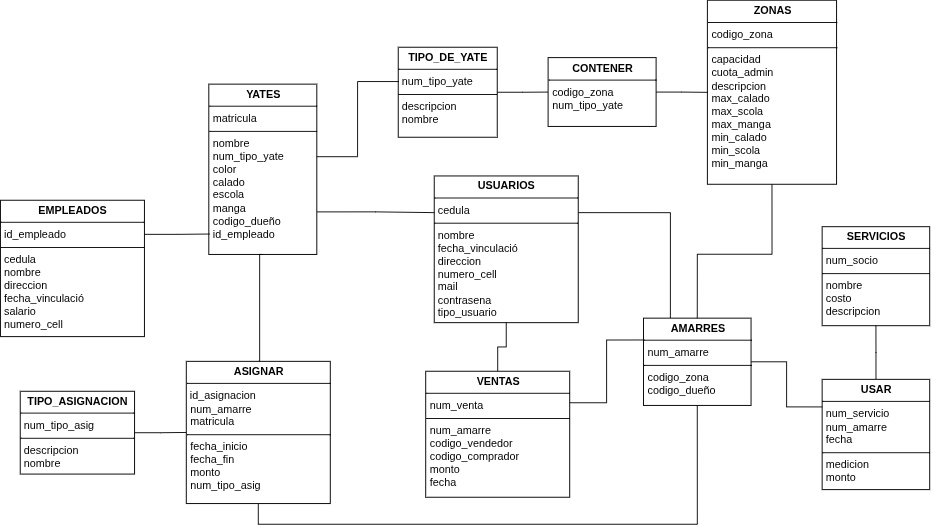
This is docs/img/relacional.png from XhuaShell/projet_management_yacht_system, a draw.io export, as it was before one commit. Source tidied: cells renumbered, new cells last; positions are measured from the earlier drawing's top-left corner, leaving out a move shared by most shapes.
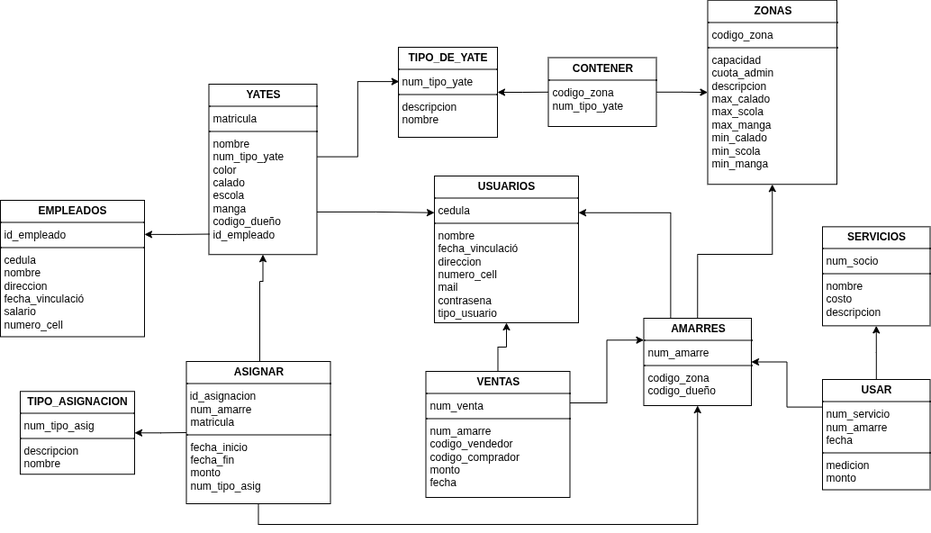
The same diagram one commit later.

Diff of the diagram source:
```diff
@@ -5,16 +5,16 @@
     <mxCell id="2" value="&lt;p style=&quot;margin:0px;margin-top:4px;text-align:center;&quot;&gt;&lt;b&gt;EMPLEADOS&lt;/b&gt;&lt;/p&gt;&lt;hr size=&quot;1&quot; style=&quot;border-style:solid;&quot;&gt;&lt;p style=&quot;margin:0px;margin-left:4px;&quot;&gt;id_empleado&lt;/p&gt;&lt;hr size=&quot;1&quot; style=&quot;border-style:solid;&quot;&gt;&lt;p style=&quot;margin: 0px 0px 0px 4px;&quot;&gt;cedula&lt;/p&gt;&lt;p style=&quot;margin: 0px 0px 0px 4px;&quot;&gt;nombre&lt;/p&gt;&lt;p style=&quot;margin: 0px 0px 0px 4px;&quot;&gt;direccion&lt;/p&gt;&lt;p style=&quot;margin: 0px 0px 0px 4px;&quot;&gt;fecha_vinculació&lt;/p&gt;&lt;p style=&quot;margin: 0px 0px 0px 4px;&quot;&gt;salario&lt;/p&gt;&lt;p style=&quot;margin: 0px 0px 0px 4px;&quot;&gt;numero_cell&lt;/p&gt;&lt;p style=&quot;margin: 0px 0px 0px 4px;&quot;&gt;&lt;br&gt;&lt;/p&gt;" style="verticalAlign=top;align=left;overflow=fill;html=1;whiteSpace=wrap;" parent="1" vertex="1">
       <mxGeometry y="222" width="160" height="151.5" as="geometry" />
     </mxCell>
-    <mxCell id="3" style="edgeStyle=orthogonalEdgeStyle;rounded=0;jettySize=auto;html=1;entryX=0.25;entryY=0;entryDx=0;entryDy=0;endArrow=none;endFill=0;exitX=1;exitY=0.25;exitDx=0;exitDy=0;" parent="1" edge="1" source="4" target="12">
+    <mxCell id="3" style="edgeStyle=orthogonalEdgeStyle;rounded=0;jettySize=auto;html=1;entryX=0.25;entryY=0;entryDx=0;entryDy=0;endArrow=none;endFill=0;exitX=1;exitY=0.25;exitDx=0;exitDy=0;startArrow=classic;startFill=1;" parent="1" edge="1" source="4" target="12">
       <mxGeometry relative="1" as="geometry" />
     </mxCell>
     <mxCell id="4" value="&lt;p style=&quot;margin:0px;margin-top:4px;text-align:center;&quot;&gt;&lt;b&gt;USUARIOS&lt;/b&gt;&lt;/p&gt;&lt;hr size=&quot;1&quot; style=&quot;border-style:solid;&quot;&gt;&lt;p style=&quot;margin:0px;margin-left:4px;&quot;&gt;cedula&lt;/p&gt;&lt;hr size=&quot;1&quot; style=&quot;border-style:solid;&quot;&gt;&lt;p style=&quot;margin: 0px 0px 0px 4px;&quot;&gt;nombre&lt;/p&gt;&lt;p style=&quot;margin: 0px 0px 0px 4px;&quot;&gt;fecha_vinculació&lt;/p&gt;&lt;p style=&quot;margin: 0px 0px 0px 4px;&quot;&gt;direccion&lt;/p&gt;&lt;p style=&quot;margin: 0px 0px 0px 4px;&quot;&gt;numero_cell&lt;/p&gt;&lt;p style=&quot;margin: 0px 0px 0px 4px;&quot;&gt;mail&lt;/p&gt;&lt;p style=&quot;margin: 0px 0px 0px 4px;&quot;&gt;contrasena&lt;/p&gt;&lt;p style=&quot;margin: 0px 0px 0px 4px;&quot;&gt;tipo_usuario&lt;/p&gt;" style="verticalAlign=top;align=left;overflow=fill;html=1;whiteSpace=wrap;" parent="1" vertex="1">
       <mxGeometry x="482" y="195" width="160" height="163" as="geometry" />
     </mxCell>
-    <mxCell id="5" style="edgeStyle=orthogonalEdgeStyle;rounded=0;jettySize=auto;html=1;entryX=0.5;entryY=1;entryDx=0;entryDy=0;endArrow=none;endFill=0;" parent="1" edge="1" source="7" target="4">
+    <mxCell id="5" style="edgeStyle=orthogonalEdgeStyle;rounded=0;jettySize=auto;html=1;entryX=0.5;entryY=1;entryDx=0;entryDy=0;endArrow=classic;endFill=1;" parent="1" edge="1" source="7" target="4">
       <mxGeometry relative="1" as="geometry" />
     </mxCell>
-    <mxCell id="6" style="edgeStyle=orthogonalEdgeStyle;rounded=0;jettySize=auto;html=1;exitX=1;exitY=0.25;exitDx=0;exitDy=0;entryX=0;entryY=0.25;entryDx=0;entryDy=0;endArrow=none;endFill=0;" parent="1" edge="1" source="7" target="12">
+    <mxCell id="6" style="edgeStyle=orthogonalEdgeStyle;rounded=0;jettySize=auto;html=1;exitX=1;exitY=0.25;exitDx=0;exitDy=0;entryX=0;entryY=0.25;entryDx=0;entryDy=0;endArrow=classic;endFill=1;startArrow=none;startFill=0;" parent="1" edge="1" source="7" target="12">
       <mxGeometry relative="1" as="geometry" />
     </mxCell>
     <mxCell id="7" value="&lt;p style=&quot;margin:0px;margin-top:4px;text-align:center;&quot;&gt;&lt;b&gt;VENTAS&lt;/b&gt;&lt;/p&gt;&lt;hr size=&quot;1&quot; style=&quot;border-style:solid;&quot;&gt;&lt;p style=&quot;margin:0px;margin-left:4px;&quot;&gt;num_venta&lt;/p&gt;&lt;hr size=&quot;1&quot; style=&quot;border-style:solid;&quot;&gt;&lt;p style=&quot;margin: 0px 0px 0px 4px;&quot;&gt;num_amarre&lt;/p&gt;&lt;p style=&quot;margin: 0px 0px 0px 4px;&quot;&gt;codigo_vendedor&lt;/p&gt;&lt;p style=&quot;margin: 0px 0px 0px 4px;&quot;&gt;codigo_comprador&lt;/p&gt;&lt;p style=&quot;margin: 0px 0px 0px 4px;&quot;&gt;monto&lt;/p&gt;&lt;p style=&quot;margin: 0px 0px 0px 4px;&quot;&gt;fecha&lt;/p&gt;" style="verticalAlign=top;align=left;overflow=fill;html=1;whiteSpace=wrap;" parent="1" vertex="1">
@@ -23,39 +23,40 @@
     <mxCell id="8" value="&lt;p style=&quot;margin:0px;margin-top:4px;text-align:center;&quot;&gt;&lt;b&gt;SERVICIOS&lt;/b&gt;&lt;/p&gt;&lt;hr size=&quot;1&quot; style=&quot;border-style:solid;&quot;&gt;&lt;p style=&quot;margin:0px;margin-left:4px;&quot;&gt;num_socio&lt;/p&gt;&lt;hr size=&quot;1&quot; style=&quot;border-style:solid;&quot;&gt;&lt;p style=&quot;margin: 0px 0px 0px 4px;&quot;&gt;nombre&lt;/p&gt;&lt;p style=&quot;margin: 0px 0px 0px 4px;&quot;&gt;costo&lt;/p&gt;&lt;p style=&quot;margin: 0px 0px 0px 4px;&quot;&gt;descripcion&lt;/p&gt;" style="verticalAlign=top;align=left;overflow=fill;html=1;whiteSpace=wrap;" parent="1" vertex="1">
       <mxGeometry x="913" y="251.4" width="119.5" height="110" as="geometry" />
     </mxCell>
-    <mxCell id="9" style="edgeStyle=orthogonalEdgeStyle;rounded=0;jettySize=auto;html=1;entryX=0.5;entryY=1;entryDx=0;entryDy=0;endArrow=none;endFill=0;" parent="1" edge="1" source="10" target="8">
+    <mxCell id="9" style="edgeStyle=orthogonalEdgeStyle;rounded=0;jettySize=auto;html=1;entryX=0.5;entryY=1;entryDx=0;entryDy=0;endArrow=classic;endFill=1;startArrow=none;startFill=0;" parent="1" edge="1" source="10" target="8">
       <mxGeometry relative="1" as="geometry" />
     </mxCell>
     <mxCell id="10" value="&lt;p style=&quot;margin:0px;margin-top:4px;text-align:center;&quot;&gt;&lt;b&gt;USAR&lt;/b&gt;&lt;/p&gt;&lt;hr size=&quot;1&quot; style=&quot;border-style:solid;&quot;&gt;&lt;p style=&quot;margin:0px;margin-left:4px;&quot;&gt;num_servicio&lt;/p&gt;&lt;p style=&quot;margin:0px;margin-left:4px;&quot;&gt;num_amarre&lt;/p&gt;&lt;p style=&quot;margin:0px;margin-left:4px;&quot;&gt;fecha&lt;/p&gt;&lt;hr size=&quot;1&quot; style=&quot;border-style:solid;&quot;&gt;&lt;p style=&quot;margin: 0px 0px 0px 4px;&quot;&gt;medicion&lt;/p&gt;&lt;p style=&quot;margin: 0px 0px 0px 4px;&quot;&gt;monto&lt;/p&gt;" style="verticalAlign=top;align=left;overflow=fill;html=1;whiteSpace=wrap;" parent="1" vertex="1">
       <mxGeometry x="913" y="421" width="119.5" height="122.5" as="geometry" />
     </mxCell>
-    <mxCell id="11" style="edgeStyle=orthogonalEdgeStyle;rounded=0;jettySize=auto;html=1;entryX=0;entryY=0.25;entryDx=0;entryDy=0;endArrow=none;endFill=0;" parent="1" edge="1" source="12" target="10">
+    <mxCell id="11" style="edgeStyle=orthogonalEdgeStyle;rounded=0;jettySize=auto;html=1;entryX=0;entryY=0.25;entryDx=0;entryDy=0;endArrow=none;endFill=0;startArrow=classic;startFill=1;" parent="1" edge="1" source="12" target="10">
       <mxGeometry relative="1" as="geometry" />
     </mxCell>
     <mxCell id="12" value="&lt;p style=&quot;margin:0px;margin-top:4px;text-align:center;&quot;&gt;&lt;b&gt;AMARRES&lt;/b&gt;&lt;/p&gt;&lt;hr size=&quot;1&quot; style=&quot;border-style:solid;&quot;&gt;&lt;p style=&quot;margin:0px;margin-left:4px;&quot;&gt;&lt;span style=&quot;background-color: transparent; color: light-dark(rgb(0, 0, 0), rgb(255, 255, 255));&quot;&gt;num_amarre&lt;/span&gt;&lt;/p&gt;&lt;hr size=&quot;1&quot; style=&quot;border-style:solid;&quot;&gt;&lt;p style=&quot;margin: 0px 0px 0px 4px;&quot;&gt;codigo_zona&lt;/p&gt;&lt;p style=&quot;margin: 0px 0px 0px 4px;&quot;&gt;codigo_dueño&lt;/p&gt;" style="verticalAlign=top;align=left;overflow=fill;html=1;whiteSpace=wrap;" parent="1" vertex="1">
       <mxGeometry x="714.5" y="353" width="119.5" height="97" as="geometry" />
     </mxCell>
-    <mxCell id="13" style="edgeStyle=orthogonalEdgeStyle;rounded=0;jettySize=auto;html=1;endArrow=none;endFill=0;" parent="1" edge="1" source="14" target="23">
+    <mxCell id="13" style="edgeStyle=orthogonalEdgeStyle;rounded=0;jettySize=auto;html=1;endArrow=none;endFill=0;startArrow=classic;startFill=1;" parent="1" edge="1" source="14" target="23">
       <mxGeometry relative="1" as="geometry" />
     </mxCell>
     <mxCell id="14" value="&lt;p style=&quot;margin:0px;margin-top:4px;text-align:center;&quot;&gt;&lt;b&gt;TIPO_DE_YATE&lt;/b&gt;&lt;/p&gt;&lt;hr size=&quot;1&quot; style=&quot;border-style:solid;&quot;&gt;&lt;p style=&quot;margin:0px;margin-left:4px;&quot;&gt;num_tipo_yate&lt;/p&gt;&lt;hr size=&quot;1&quot; style=&quot;border-style:solid;&quot;&gt;&lt;p style=&quot;margin: 0px 0px 0px 4px;&quot;&gt;descripcion&lt;/p&gt;&lt;p style=&quot;margin: 0px 0px 0px 4px;&quot;&gt;nombre&lt;/p&gt;&lt;p style=&quot;margin: 0px 0px 0px 4px;&quot;&gt;&lt;br&gt;&lt;/p&gt;" style="verticalAlign=top;align=left;overflow=fill;html=1;whiteSpace=wrap;" parent="1" vertex="1">
       <mxGeometry x="442" y="52" width="110" height="100" as="geometry" />
     </mxCell>
-    <mxCell id="15" style="edgeStyle=orthogonalEdgeStyle;rounded=0;jettySize=auto;html=1;exitX=1;exitY=0.75;exitDx=0;exitDy=0;entryX=0;entryY=0.25;entryDx=0;entryDy=0;endArrow=none;endFill=0;" parent="1" edge="1" source="16" target="4">
+    <mxCell id="15" style="edgeStyle=orthogonalEdgeStyle;rounded=0;jettySize=auto;html=1;exitX=1;exitY=0.75;exitDx=0;exitDy=0;entryX=0;entryY=0.25;entryDx=0;entryDy=0;endArrow=classic;endFill=1;startArrow=none;startFill=0;" parent="1" edge="1" source="16" target="4">
       <mxGeometry relative="1" as="geometry" />
     </mxCell>
     <mxCell id="16" value="&lt;p style=&quot;margin:0px;margin-top:4px;text-align:center;&quot;&gt;&lt;b&gt;YATES&lt;/b&gt;&lt;/p&gt;&lt;hr size=&quot;1&quot; style=&quot;border-style:solid;&quot;&gt;&lt;p style=&quot;margin:0px;margin-left:4px;&quot;&gt;matricula&lt;/p&gt;&lt;hr size=&quot;1&quot; style=&quot;border-style:solid;&quot;&gt;&lt;p style=&quot;margin: 0px 0px 0px 4px;&quot;&gt;nombre&lt;/p&gt;&lt;p style=&quot;margin: 0px 0px 0px 4px;&quot;&gt;num_tipo_yate&lt;/p&gt;&lt;p style=&quot;margin: 0px 0px 0px 4px;&quot;&gt;color&lt;/p&gt;&lt;p style=&quot;margin: 0px 0px 0px 4px;&quot;&gt;calado&lt;/p&gt;&lt;p style=&quot;margin: 0px 0px 0px 4px;&quot;&gt;escola&lt;/p&gt;&lt;p style=&quot;margin: 0px 0px 0px 4px;&quot;&gt;manga&lt;/p&gt;&lt;p style=&quot;margin: 0px 0px 0px 4px;&quot;&gt;codigo_dueño&lt;/p&gt;&lt;p style=&quot;margin: 0px 0px 0px 4px;&quot;&gt;id_empleado&lt;/p&gt;" style="verticalAlign=top;align=left;overflow=fill;html=1;whiteSpace=wrap;" parent="1" vertex="1">
       <mxGeometry x="231.5" y="93" width="120" height="189.2" as="geometry" />
     </mxCell>
-    <mxCell id="17" style="edgeStyle=orthogonalEdgeStyle;rounded=0;jettySize=auto;html=1;entryX=0.5;entryY=1;entryDx=0;entryDy=0;endArrow=none;endFill=0;exitX=0.5;exitY=0;exitDx=0;exitDy=0;" parent="1" edge="1" source="19" target="16">
+    <mxCell id="17" style="edgeStyle=orthogonalEdgeStyle;rounded=0;jettySize=auto;html=1;entryX=0.5;entryY=1;entryDx=0;entryDy=0;endArrow=classic;endFill=1;exitX=0.5;exitY=0;exitDx=0;exitDy=0;" parent="1" edge="1" source="19" target="16">
       <mxGeometry relative="1" as="geometry">
         <Array as="points">
           <mxPoint x="288" y="401" />
-          <mxPoint x="288" y="282" />
+          <mxPoint x="288" y="312" />
+          <mxPoint x="292" y="312" />
         </Array>
       </mxGeometry>
     </mxCell>
-    <mxCell id="18" style="edgeStyle=orthogonalEdgeStyle;rounded=0;jettySize=auto;html=1;exitX=0.5;exitY=1;exitDx=0;exitDy=0;entryX=0.5;entryY=1;entryDx=0;entryDy=0;endArrow=none;endFill=0;" parent="1" edge="1" source="19" target="12">
+    <mxCell id="18" style="edgeStyle=orthogonalEdgeStyle;rounded=0;jettySize=auto;html=1;exitX=0.5;exitY=1;exitDx=0;exitDy=0;entryX=0.5;entryY=1;entryDx=0;entryDy=0;endArrow=classic;endFill=1;startArrow=none;startFill=0;" parent="1" edge="1" source="19" target="12">
       <mxGeometry relative="1" as="geometry">
         <Array as="points">
           <mxPoint x="287" y="582" />
@@ -66,7 +67,7 @@
     <mxCell id="19" value="&lt;p style=&quot;margin:0px;margin-top:4px;text-align:center;&quot;&gt;&lt;b&gt;ASIGNAR&lt;/b&gt;&lt;/p&gt;&lt;hr size=&quot;1&quot; style=&quot;border-style:solid;&quot;&gt;&amp;nbsp;id_asignacion&lt;br&gt;&lt;p style=&quot;margin:0px;margin-left:4px;&quot;&gt;num_amarre&lt;/p&gt;&lt;p style=&quot;margin:0px;margin-left:4px;&quot;&gt;matricula&lt;/p&gt;&lt;hr size=&quot;1&quot; style=&quot;border-style:solid;&quot;&gt;&lt;p style=&quot;margin: 0px 0px 0px 4px;&quot;&gt;fecha_inicio&lt;/p&gt;&lt;p style=&quot;margin: 0px 0px 0px 4px;&quot;&gt;fecha_fin&lt;/p&gt;&lt;p style=&quot;margin: 0px 0px 0px 4px;&quot;&gt;monto&lt;/p&gt;&lt;p style=&quot;margin: 0px 0px 0px 4px;&quot;&gt;num_tipo_asig&lt;/p&gt;" style="verticalAlign=top;align=left;overflow=fill;html=1;whiteSpace=wrap;" parent="1" vertex="1">
       <mxGeometry x="206.5" y="401" width="160" height="158" as="geometry" />
     </mxCell>
-    <mxCell id="20" style="edgeStyle=orthogonalEdgeStyle;rounded=0;jettySize=auto;html=1;entryX=0.5;entryY=0;entryDx=0;entryDy=0;endArrow=none;endFill=0;exitX=0.5;exitY=1;exitDx=0;exitDy=0;" parent="1" edge="1" source="21" target="12">
+    <mxCell id="20" style="edgeStyle=orthogonalEdgeStyle;rounded=0;jettySize=auto;html=1;entryX=0.5;entryY=0;entryDx=0;entryDy=0;endArrow=none;endFill=0;exitX=0.5;exitY=1;exitDx=0;exitDy=0;startArrow=classic;startFill=1;" parent="1" edge="1" source="21" target="12">
       <mxGeometry relative="1" as="geometry">
         <Array as="points">
           <mxPoint x="857" y="282" />
@@ -77,19 +78,19 @@
     <mxCell id="21" value="&lt;p style=&quot;margin:0px;margin-top:4px;text-align:center;&quot;&gt;&lt;b&gt;ZONAS&lt;/b&gt;&lt;/p&gt;&lt;hr size=&quot;1&quot; style=&quot;border-style:solid;&quot;&gt;&lt;p style=&quot;margin:0px;margin-left:4px;&quot;&gt;codigo_zona&lt;/p&gt;&lt;hr size=&quot;1&quot; style=&quot;border-style:solid;&quot;&gt;&lt;p style=&quot;margin: 0px 0px 0px 4px;&quot;&gt;capacidad&lt;/p&gt;&lt;p style=&quot;margin: 0px 0px 0px 4px;&quot;&gt;cuota_admin&lt;/p&gt;&lt;p style=&quot;margin: 0px 0px 0px 4px;&quot;&gt;descripcion&lt;/p&gt;&lt;p style=&quot;margin: 0px 0px 0px 4px;&quot;&gt;max_calado&lt;/p&gt;&lt;p style=&quot;margin: 0px 0px 0px 4px;&quot;&gt;max_scola&lt;/p&gt;&lt;p style=&quot;margin: 0px 0px 0px 4px;&quot;&gt;max_manga&lt;/p&gt;&lt;p style=&quot;margin: 0px 0px 0px 4px;&quot;&gt;min_calado&lt;/p&gt;&lt;p style=&quot;margin: 0px 0px 0px 4px;&quot;&gt;min_scola&lt;/p&gt;&lt;p style=&quot;margin: 0px 0px 0px 4px;&quot;&gt;min_manga&lt;/p&gt;" style="verticalAlign=top;align=left;overflow=fill;html=1;whiteSpace=wrap;" parent="1" vertex="1">
       <mxGeometry x="785.5" y="-0.2" width="143.5" height="204.5" as="geometry" />
     </mxCell>
-    <mxCell id="22" style="edgeStyle=orthogonalEdgeStyle;rounded=0;jettySize=auto;html=1;endArrow=none;endFill=0;" parent="1" edge="1" source="23" target="21">
+    <mxCell id="22" style="edgeStyle=orthogonalEdgeStyle;rounded=0;jettySize=auto;html=1;endArrow=classic;endFill=1;" parent="1" edge="1" source="23" target="21">
       <mxGeometry relative="1" as="geometry" />
     </mxCell>
     <mxCell id="23" value="&lt;p style=&quot;margin:0px;margin-top:4px;text-align:center;&quot;&gt;&lt;b&gt;CONTENER&lt;/b&gt;&lt;/p&gt;&lt;hr size=&quot;1&quot; style=&quot;border-style:solid;&quot;&gt;&lt;p style=&quot;margin: 0px 0px 0px 4px;&quot;&gt;codigo_zona&lt;/p&gt;&lt;p style=&quot;margin: 0px 0px 0px 4px;&quot;&gt;num_tipo_yate&lt;/p&gt;&lt;p style=&quot;margin: 0px 0px 0px 4px;&quot;&gt;&lt;br&gt;&lt;/p&gt;" style="verticalAlign=top;align=left;overflow=fill;html=1;whiteSpace=wrap;" parent="1" vertex="1">
       <mxGeometry x="608.5" y="63.5" width="120" height="76.5" as="geometry" />
     </mxCell>
-    <mxCell id="24" style="edgeStyle=orthogonalEdgeStyle;rounded=0;jettySize=auto;html=1;entryX=0.007;entryY=0.381;entryDx=0;entryDy=0;entryPerimeter=0;endArrow=none;endFill=0;exitX=1;exitY=0.426;exitDx=0;exitDy=0;exitPerimeter=0;" parent="1" edge="1" source="16" target="14">
+    <mxCell id="24" style="edgeStyle=orthogonalEdgeStyle;rounded=0;jettySize=auto;html=1;entryX=0.007;entryY=0.381;entryDx=0;entryDy=0;entryPerimeter=0;endArrow=classic;endFill=1;exitX=1;exitY=0.426;exitDx=0;exitDy=0;exitPerimeter=0;startArrow=none;startFill=0;" parent="1" edge="1" source="16" target="14">
       <mxGeometry relative="1" as="geometry" />
     </mxCell>
-    <mxCell id="25" style="edgeStyle=orthogonalEdgeStyle;rounded=0;jettySize=auto;html=1;exitX=1;exitY=0.25;exitDx=0;exitDy=0;entryX=0.006;entryY=0.88;entryDx=0;entryDy=0;entryPerimeter=0;endArrow=none;endFill=0;" parent="1" edge="1" source="2" target="16">
+    <mxCell id="25" style="edgeStyle=orthogonalEdgeStyle;rounded=0;jettySize=auto;html=1;exitX=1;exitY=0.25;exitDx=0;exitDy=0;entryX=0.006;entryY=0.88;entryDx=0;entryDy=0;entryPerimeter=0;endArrow=none;endFill=0;startArrow=classic;startFill=1;" parent="1" edge="1" source="2" target="16">
       <mxGeometry relative="1" as="geometry" />
     </mxCell>
-    <mxCell id="26" style="edgeStyle=orthogonalEdgeStyle;rounded=0;jettySize=auto;html=1;entryX=0;entryY=0.5;entryDx=0;entryDy=0;endArrow=none;endFill=0;" parent="1" edge="1" source="27" target="19">
+    <mxCell id="26" style="edgeStyle=orthogonalEdgeStyle;rounded=0;jettySize=auto;html=1;entryX=0;entryY=0.5;entryDx=0;entryDy=0;endArrow=none;endFill=0;startArrow=classic;startFill=1;" parent="1" edge="1" source="27" target="19">
       <mxGeometry relative="1" as="geometry" />
     </mxCell>
     <mxCell id="27" value="&lt;p style=&quot;margin:0px;margin-top:4px;text-align:center;&quot;&gt;&lt;b&gt;TIPO_ASIGNACION&lt;/b&gt;&lt;/p&gt;&lt;hr size=&quot;1&quot; style=&quot;border-style:solid;&quot;&gt;&lt;p style=&quot;margin:0px;margin-left:4px;&quot;&gt;num_tipo_asig&lt;/p&gt;&lt;hr size=&quot;1&quot; style=&quot;border-style:solid;&quot;&gt;&lt;p style=&quot;margin: 0px 0px 0px 4px;&quot;&gt;descripcion&lt;/p&gt;&lt;p style=&quot;margin: 0px 0px 0px 4px;&quot;&gt;nombre&lt;/p&gt;&lt;p style=&quot;margin: 0px 0px 0px 4px;&quot;&gt;&lt;br&gt;&lt;/p&gt;" style="verticalAlign=top;align=left;overflow=fill;html=1;whiteSpace=wrap;" parent="1" vertex="1">
```
